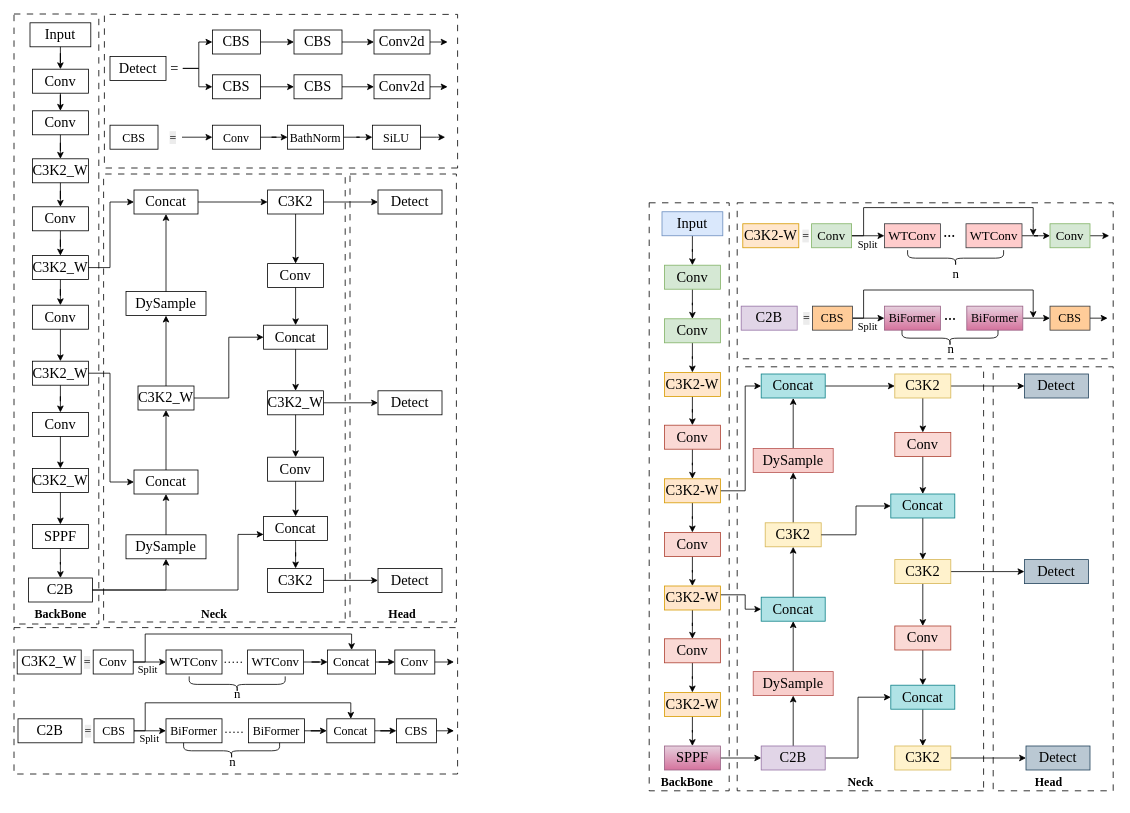
This is WBDF-YOLO.drawio from HTMLCSS-XD/draw.io, a draw.io file, before an edit. Source tidied: cells renumbered, new cells numbered last; positions are measured from the earlier drawing's top-left corner, leaving out a move shared by most shapes. Both pictures are drawn from the tidied source at 80%, with x=0, y=0 at pixel (14, 14).
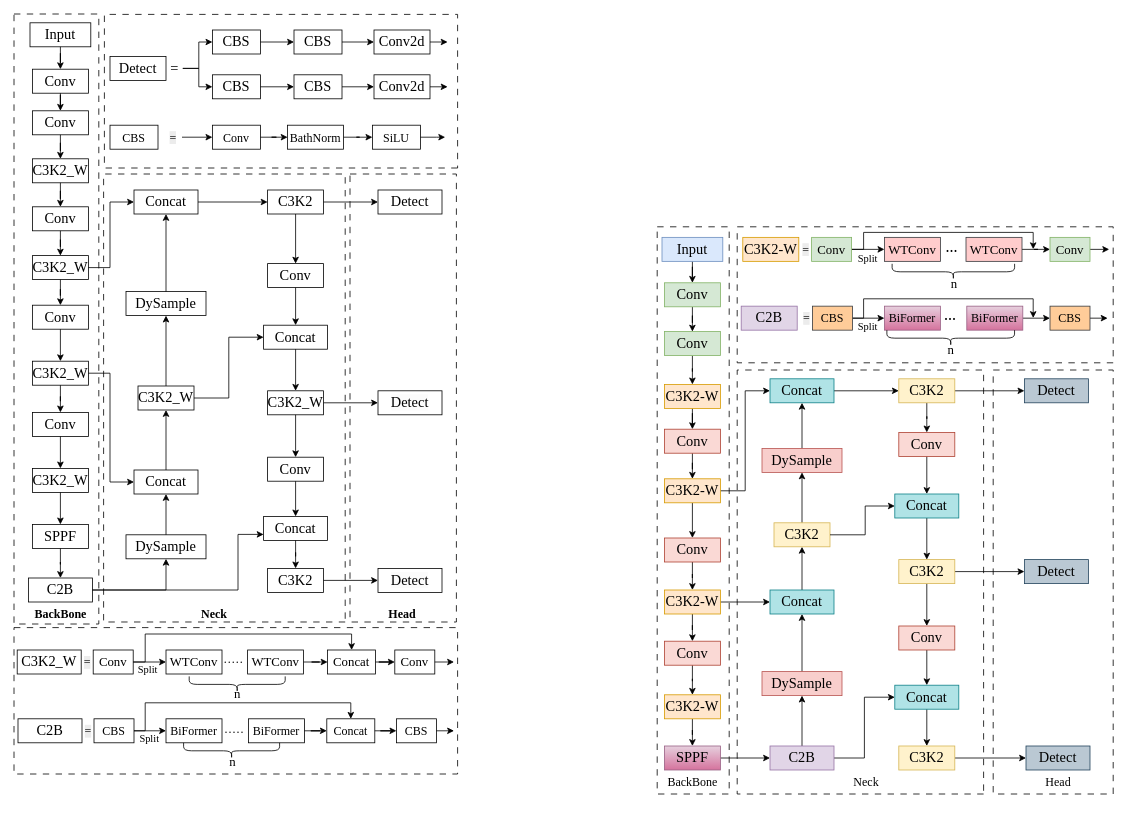
The same page after the edit.

Unchanged cells that the change refers to:
```xml
<mxCell id="144" value="C3K2-W" style="rounded=0;whiteSpace=wrap;html=1;labelBackgroundColor=none;strokeColor=#d79b00;fillColor=#ffe6cc;align=center;fontStyle=0;fontSize=18;direction=east;fontFamily=Times New Roman;" parent="1" vertex="1">
  <mxGeometry x="813" y="581" width="70" height="30" as="geometry" />
</mxCell>
<mxCell id="192" value="CBS" style="rounded=0;whiteSpace=wrap;html=1;fillColor=#ffcc99;fontSize=15;fontFamily=Times New Roman;rotation=0;fontStyle=0;strokeColor=#36393d;" parent="1" vertex="1">
  <mxGeometry x="998" y="365.2" width="50" height="30" as="geometry" />
</mxCell>
```

What changed in the source:
```diff
@@
     <mxCell id="127" value="Input" style="rounded=0;whiteSpace=wrap;html=1;labelBackgroundColor=none;strokeColor=#6c8ebf;fillColor=#dae8fc;align=center;fontStyle=0;fontSize=18;direction=east;fontFamily=Times New Roman;" parent="1" vertex="1">
-      <mxGeometry x="810" y="247.2" width="76" height="30" as="geometry" />
+      <mxGeometry x="810" y="279.2" width="76" height="30" as="geometry" />
     </mxCell>
     <mxCell id="128" style="group;strokeColor=default;dashed=1;dashPattern=8 8;fontSize=18;direction=east;fontStyle=0;fontFamily=Times New Roman;" parent="1" vertex="1">
-      <mxGeometry x="794" y="236" width="100" height="735" as="geometry" />
+      <mxGeometry x="804" y="266" width="90" height="709" as="geometry" />
     </mxCell>
     <mxCell id="129" style="group;strokeColor=default;dashed=1;dashPattern=8 8;fontSize=18;direction=east;rotation=-180;fontStyle=0;fontFamily=Times New Roman;" parent="1" vertex="1">
-      <mxGeometry x="904" y="441" width="308" height="530" as="geometry" />
+      <mxGeometry x="904" y="445" width="308" height="530" as="geometry" />
     </mxCell>
     <mxCell id="130" style="group;dashed=1;dashPattern=8 8;strokeColor=default;spacingTop=0;spacingLeft=0;fontSize=18;direction=east;fontStyle=0;fontFamily=Times New Roman;" parent="1" vertex="1">
-      <mxGeometry x="1224" y="441" width="150" height="530" as="geometry" />
+      <mxGeometry x="1224" y="445" width="150" height="530" as="geometry" />
     </mxCell>
-    <mxCell id="131" value="Neck" style="text;html=1;align=center;verticalAlign=middle;strokeColor=none;fillColor=none;labelBackgroundColor=none;fontStyle=1;fontSize=15;fontFamily=Times New Roman;" parent="1" vertex="1">
-      <mxGeometry x="1028" y="945" width="60" height="30" as="geometry" />
+    <mxCell id="131" value="Neck" style="text;html=1;align=center;verticalAlign=middle;strokeColor=none;fillColor=none;labelBackgroundColor=none;fontStyle=0;fontSize=15;fontFamily=Times New Roman;" parent="1" vertex="1">
+      <mxGeometry x="1035" y="945" width="60" height="30" as="geometry" />
     </mxCell>
-    <mxCell id="132" value="Head" style="text;html=1;align=center;verticalAlign=middle;strokeColor=none;fillColor=none;labelBackgroundColor=none;fontStyle=1;fontSize=15;fontFamily=Times New Roman;" parent="1" vertex="1">
-      <mxGeometry x="1263" y="945" width="60" height="30" as="geometry" />
+    <mxCell id="132" value="Head" style="text;html=1;align=center;verticalAlign=middle;strokeColor=none;fillColor=none;labelBackgroundColor=none;fontStyle=0;fontSize=15;fontFamily=Times New Roman;" parent="1" vertex="1">
+      <mxGeometry x="1275" y="945" width="60" height="30" as="geometry" />
     </mxCell>
-    <mxCell id="133" value="BackBone" style="text;html=1;align=center;verticalAlign=middle;strokeColor=none;fillColor=none;labelBackgroundColor=none;fontStyle=1;fontSize=15;fontFamily=Times New Roman;" parent="1" vertex="1">
-      <mxGeometry x="796" y="945" width="90" height="30" as="geometry" />
+    <mxCell id="133" value="BackBone" style="text;html=1;align=center;verticalAlign=middle;strokeColor=none;fillColor=none;labelBackgroundColor=none;fontStyle=0;fontSize=15;fontFamily=Times New Roman;" parent="1" vertex="1">
+      <mxGeometry x="803" y="945" width="90" height="30" as="geometry" />
     </mxCell>
@@
     <mxCell id="135" value="Conv" style="rounded=0;whiteSpace=wrap;html=1;labelBackgroundColor=none;strokeColor=#82b366;fillColor=#d5e8d4;align=center;fontStyle=0;fontSize=18;direction=east;fontFamily=Times New Roman;" parent="1" vertex="1">
-      <mxGeometry x="813" y="314" width="70" height="30" as="geometry" />
+      <mxGeometry x="813" y="336" width="70" height="30" as="geometry" />
     </mxCell>
@@
     <mxCell id="137" value="Conv" style="rounded=0;whiteSpace=wrap;html=1;labelBackgroundColor=none;strokeColor=#82b366;fillColor=#d5e8d4;align=center;fontStyle=0;fontSize=18;direction=east;fontFamily=Times New Roman;" parent="1" vertex="1">
-      <mxGeometry x="813" y="381" width="70" height="30" as="geometry" />
+      <mxGeometry x="813" y="397" width="70" height="30" as="geometry" />
     </mxCell>
@@
     <mxCell id="139" value="C3K2-W" style="rounded=0;whiteSpace=wrap;html=1;labelBackgroundColor=none;strokeColor=#d79b00;fillColor=#ffe6cc;align=center;fontStyle=0;fontSize=18;direction=east;fontFamily=Times New Roman;" parent="1" vertex="1">
-      <mxGeometry x="813" y="448" width="70" height="30" as="geometry" />
+      <mxGeometry x="813" y="463" width="70" height="30" as="geometry" />
     </mxCell>
@@
     <mxCell id="141" value="Conv" style="rounded=0;whiteSpace=wrap;html=1;labelBackgroundColor=none;strokeColor=#ae4132;fillColor=#fad9d5;align=center;fontStyle=0;fontSize=18;direction=east;fontFamily=Times New Roman;" parent="1" vertex="1">
-      <mxGeometry x="813" y="514" width="70" height="30" as="geometry" />
+      <mxGeometry x="813" y="519" width="70" height="30" as="geometry" />
     </mxCell>
@@
     <mxCell id="143" style="edgeStyle=orthogonalEdgeStyle;rounded=0;jettySize=auto;html=1;entryX=0;entryY=0.5;entryDx=0;entryDy=0;fontStyle=0;fontFamily=Times New Roman;" parent="1" edge="1" source="144" target="169">
       <mxGeometry relative="1" as="geometry">
         <Array as="points">
           <mxPoint x="914" y="596" />
-          <mxPoint x="914" y="465" />
+          <mxPoint x="914" y="471" />
         </Array>
       </mxGeometry>
     </mxCell>
@@
     <mxCell id="146" value="Conv" style="rounded=0;whiteSpace=wrap;html=1;labelBackgroundColor=none;strokeColor=#ae4132;fillColor=#fad9d5;align=center;fontStyle=0;fontSize=18;direction=east;fontFamily=Times New Roman;" parent="1" vertex="1">
-      <mxGeometry x="813" y="648" width="70" height="30" as="geometry" />
+      <mxGeometry x="813" y="655" width="70" height="30" as="geometry" />
     </mxCell>
@@
-    <mxCell id="148" style="edgeStyle=orthogonalEdgeStyle;rounded=0;jettySize=auto;html=1;entryX=0;entryY=0.5;entryDx=0;entryDy=0;fontFamily=Times New Roman;" parent="1" edge="1" source="149" target="162">
-      <mxGeometry relative="1" as="geometry">
-        <Array as="points">
-          <mxPoint x="914" y="726" />
-          <mxPoint x="914" y="744" />
-        </Array>
-      </mxGeometry>
+    <mxCell id="148" style="edgeStyle=orthogonalEdgeStyle;rounded=0;jettySize=auto;html=1;" parent="1" edge="1" source="149" target="162">
+      <mxGeometry relative="1" as="geometry" />
     </mxCell>
     <mxCell id="149" value="C3K2-W" style="rounded=0;whiteSpace=wrap;html=1;labelBackgroundColor=none;strokeColor=#d79b00;fillColor=#ffe6cc;align=center;fontStyle=0;fontSize=18;direction=east;fontFamily=Times New Roman;" parent="1" vertex="1">
-      <mxGeometry x="813" y="715" width="70" height="30" as="geometry" />
+      <mxGeometry x="813" y="720" width="70" height="30" as="geometry" />
     </mxCell>
@@
     <mxCell id="151" value="Conv" style="rounded=0;whiteSpace=wrap;html=1;labelBackgroundColor=none;strokeColor=#ae4132;fillColor=#fad9d5;align=center;fontStyle=0;fontSize=18;direction=east;fontFamily=Times New Roman;" parent="1" vertex="1">
-      <mxGeometry x="813" y="781" width="70" height="30" as="geometry" />
+      <mxGeometry x="813" y="784" width="70" height="30" as="geometry" />
     </mxCell>
@@
     <mxCell id="153" value="C3K2-W" style="rounded=0;whiteSpace=wrap;html=1;labelBackgroundColor=none;strokeColor=#d79b00;fillColor=#ffe6cc;align=center;fontStyle=0;fontSize=18;direction=east;fontFamily=Times New Roman;" parent="1" vertex="1">
-      <mxGeometry x="813" y="848" width="70" height="30" as="geometry" />
+      <mxGeometry x="813" y="851" width="70" height="30" as="geometry" />
     </mxCell>
@@
     <mxCell id="158" value="C2B" style="rounded=0;whiteSpace=wrap;html=1;labelBackgroundColor=none;strokeColor=#9673a6;fillColor=#e1d5e7;align=center;fontStyle=0;fontSize=18;direction=east;fontFamily=Times New Roman;" parent="1" vertex="1">
-      <mxGeometry x="934" y="915" width="80" height="30" as="geometry" />
+      <mxGeometry x="945" y="915" width="80" height="30" as="geometry" />
     </mxCell>
@@
     <mxCell id="160" value="DySample" style="rounded=0;whiteSpace=wrap;html=1;labelBackgroundColor=none;strokeColor=#b85450;fillColor=#f8cecc;align=center;fontStyle=0;fontSize=18;direction=east;fontFamily=Times New Roman;" parent="1" vertex="1">
-      <mxGeometry x="924" y="822" width="100" height="30" as="geometry" />
+      <mxGeometry x="935" y="822" width="100" height="30" as="geometry" />
     </mxCell>
@@
     <mxCell id="162" value="Concat" style="rounded=0;whiteSpace=wrap;html=1;labelBackgroundColor=none;strokeColor=#0e8088;fillColor=#b0e3e6;align=center;fontStyle=0;fontSize=18;direction=east;fontFamily=Times New Roman;" parent="1" vertex="1">
-      <mxGeometry x="934" y="729" width="80" height="30" as="geometry" />
+      <mxGeometry x="945" y="720" width="80" height="30" as="geometry" />
     </mxCell>
@@
     <mxCell id="164" value="C3K2" style="rounded=0;whiteSpace=wrap;html=1;labelBackgroundColor=none;strokeColor=#d6b656;fillColor=#fff2cc;align=center;fontStyle=0;fontSize=18;direction=east;fontFamily=Times New Roman;" parent="1" vertex="1">
-      <mxGeometry x="939" y="636" width="70" height="30" as="geometry" />
+      <mxGeometry x="950" y="636" width="70" height="30" as="geometry" />
     </mxCell>
@@
     <mxCell id="166" style="edgeStyle=orthogonalEdgeStyle;rounded=0;jettySize=auto;html=1;entryX=0;entryY=0.5;entryDx=0;entryDy=0;exitX=1;exitY=0.5;exitDx=0;exitDy=0;fontSize=18;fontStyle=0;fontFamily=Times New Roman;" parent="1" edge="1" source="164" target="176">
-      <mxGeometry relative="1" as="geometry" />
+      <mxGeometry relative="1" as="geometry">
+        <Array as="points">
+          <mxPoint x="1064" y="651" />
+          <mxPoint x="1064" y="615" />
+        </Array>
+      </mxGeometry>
     </mxCell>
     <mxCell id="167" value="DySample" style="rounded=0;whiteSpace=wrap;html=1;labelBackgroundColor=none;strokeColor=#b85450;fillColor=#f8cecc;align=center;fontStyle=0;fontSize=18;direction=east;fontFamily=Times New Roman;" parent="1" vertex="1">
-      <mxGeometry x="924" y="543" width="100" height="30" as="geometry" />
+      <mxGeometry x="935" y="543" width="100" height="30" as="geometry" />
     </mxCell>
@@
     <mxCell id="169" value="Concat" style="rounded=0;whiteSpace=wrap;html=1;labelBackgroundColor=none;strokeColor=#0e8088;fillColor=#b0e3e6;align=center;fontStyle=0;fontSize=18;direction=east;fontFamily=Times New Roman;" parent="1" vertex="1">
-      <mxGeometry x="934" y="450" width="80" height="30" as="geometry" />
+      <mxGeometry x="945" y="456" width="80" height="30" as="geometry" />
     </mxCell>
@@
     <mxCell id="172" value="C3K2" style="rounded=0;whiteSpace=wrap;html=1;labelBackgroundColor=none;strokeColor=#d6b656;fillColor=#fff2cc;align=center;fontStyle=0;fontSize=18;direction=east;fontFamily=Times New Roman;" parent="1" vertex="1">
-      <mxGeometry x="1101" y="450" width="70" height="30" as="geometry" />
+      <mxGeometry x="1106" y="456" width="70" height="30" as="geometry" />
     </mxCell>
@@
     <mxCell id="174" value="Conv" style="rounded=0;whiteSpace=wrap;html=1;labelBackgroundColor=none;strokeColor=#ae4132;fillColor=#fad9d5;align=center;fontStyle=0;fontSize=18;direction=east;fontFamily=Times New Roman;" parent="1" vertex="1">
-      <mxGeometry x="1101" y="523" width="70" height="30" as="geometry" />
+      <mxGeometry x="1106" y="523" width="70" height="30" as="geometry" />
     </mxCell>
@@
     <mxCell id="176" value="Concat" style="rounded=0;whiteSpace=wrap;html=1;labelBackgroundColor=none;strokeColor=#0e8088;fillColor=#b0e3e6;align=center;fontStyle=0;fontSize=18;direction=east;fontFamily=Times New Roman;" parent="1" vertex="1">
-      <mxGeometry x="1096" y="600" width="80" height="30" as="geometry" />
+      <mxGeometry x="1101" y="600" width="80" height="30" as="geometry" />
     </mxCell>
@@
     <mxCell id="179" value="C3K2" style="rounded=0;whiteSpace=wrap;html=1;labelBackgroundColor=none;strokeColor=#d6b656;fillColor=#fff2cc;align=center;fontStyle=0;fontSize=18;direction=east;fontFamily=Times New Roman;" parent="1" vertex="1">
-      <mxGeometry x="1101" y="682" width="70" height="30" as="geometry" />
+      <mxGeometry x="1106" y="682" width="70" height="30" as="geometry" />
     </mxCell>
@@
     <mxCell id="181" value="Conv" style="rounded=0;whiteSpace=wrap;html=1;labelBackgroundColor=none;strokeColor=#ae4132;fillColor=#fad9d5;align=center;fontStyle=0;fontSize=18;direction=east;fontFamily=Times New Roman;" parent="1" vertex="1">
-      <mxGeometry x="1101" y="765" width="70" height="30" as="geometry" />
+      <mxGeometry x="1106" y="765" width="70" height="30" as="geometry" />
     </mxCell>
@@
     <mxCell id="183" value="Concat" style="rounded=0;whiteSpace=wrap;html=1;labelBackgroundColor=none;strokeColor=#0e8088;fillColor=#b0e3e6;align=center;fontStyle=0;fontSize=18;direction=east;fontFamily=Times New Roman;" parent="1" vertex="1">
-      <mxGeometry x="1096" y="839" width="80" height="30" as="geometry" />
+      <mxGeometry x="1101" y="839" width="80" height="30" as="geometry" />
     </mxCell>
@@
     <mxCell id="185" value="C3K2" style="rounded=0;whiteSpace=wrap;html=1;labelBackgroundColor=none;strokeColor=#d6b656;fillColor=#fff2cc;align=center;fontStyle=0;fontSize=18;direction=east;fontFamily=Times New Roman;" parent="1" vertex="1">
-      <mxGeometry x="1101" y="915" width="70" height="30" as="geometry" />
+      <mxGeometry x="1106" y="915" width="70" height="30" as="geometry" />
     </mxCell>
     <mxCell id="186" value="Detect" style="rounded=0;whiteSpace=wrap;html=1;labelBackgroundColor=none;strokeColor=#23445d;fillColor=#bac8d3;align=center;fontStyle=0;fontSize=18;direction=east;fontFamily=Times New Roman;" parent="1" vertex="1">
-      <mxGeometry x="1263" y="450" width="80" height="30" as="geometry" />
+      <mxGeometry x="1263" y="456" width="80" height="30" as="geometry" />
     </mxCell>
     <mxCell id="187" style="group;strokeColor=default;dashed=1;dashPattern=8 8;fontSize=18;direction=east;rotation=0;fontStyle=0;fontFamily=Times New Roman;" parent="1" vertex="1">
-      <mxGeometry x="904" y="236" width="470" height="195" as="geometry" />
+      <mxGeometry x="904" y="266" width="470" height="170" as="geometry" />
     </mxCell>
     <mxCell id="188" value="n" style="text;html=1;align=center;verticalAlign=middle;strokeColor=none;fillColor=none;fontSize=16;rotation=0;fontStyle=0;fontFamily=Times New Roman;" parent="1" vertex="1">
-      <mxGeometry x="1162" y="309.2" width="30" height="30" as="geometry" />
+      <mxGeometry x="1160" y="322.2" width="30" height="30" as="geometry" />
     </mxCell>
@@
     <mxCell id="191" style="edgeStyle=orthogonalEdgeStyle;rounded=0;jettySize=auto;html=1;fontStyle=0;fontFamily=Times New Roman;" parent="1" edge="1" source="192">
       <mxGeometry relative="1" as="geometry">
         <mxPoint x="1274" y="380" as="targetPoint" />
         <Array as="points">
           <mxPoint x="1062" y="380" />
-          <mxPoint x="1062" y="345" />
-          <mxPoint x="1274" y="345" />
-          <mxPoint x="1274" y="365" />
+          <mxPoint x="1062" y="356" />
+          <mxPoint x="1274" y="356" />
         </Array>
       </mxGeometry>
     </mxCell>
@@
     <mxCell id="199" style="shape=curlyBracket;whiteSpace=wrap;html=1;rounded=1;labelPosition=left;verticalLabelPosition=middle;align=right;verticalAlign=middle;rotation=-90;fontSize=16;fontStyle=0;fontFamily=Times New Roman;" parent="1" vertex="1">
-      <mxGeometry x="1160" y="345.2" width="20" height="120" as="geometry" />
+      <mxGeometry x="1160.9" y="325.4" width="20" height="159.6" as="geometry" />
     </mxCell>
     <mxCell id="200" value="n" style="text;html=1;align=center;verticalAlign=middle;strokeColor=none;fillColor=none;fontSize=16;rotation=0;fontStyle=0;fontFamily=Times New Roman;" parent="1" vertex="1">
-      <mxGeometry x="1156" y="403.2" width="30" height="30" as="geometry" />
+      <mxGeometry x="1155.9" y="404" width="30" height="30" as="geometry" />
     </mxCell>
@@
     <mxCell id="204" style="edgeStyle=orthogonalEdgeStyle;rounded=0;jettySize=auto;html=1;fontStyle=0;fontFamily=Times New Roman;" parent="1" edge="1" source="205">
       <mxGeometry relative="1" as="geometry">
-        <mxPoint x="1274" y="277" as="targetPoint" />
+        <mxPoint x="1274" y="294" as="targetPoint" />
         <Array as="points">
-          <mxPoint x="1062" y="277" />
-          <mxPoint x="1062" y="242" />
-          <mxPoint x="1274" y="242" />
-          <mxPoint x="1274" y="262" />
+          <mxPoint x="1062" y="294" />
+          <mxPoint x="1062" y="273" />
+          <mxPoint x="1274" y="273" />
         </Array>
       </mxGeometry>
     </mxCell>
     <mxCell id="205" value="Conv" style="rounded=0;whiteSpace=wrap;html=1;labelBackgroundColor=none;strokeColor=#82b366;fillColor=#d5e8d4;align=center;fontStyle=0;fontSize=16;direction=east;rotation=0;fontFamily=Times New Roman;" parent="1" vertex="1">
-      <mxGeometry x="997" y="262.2" width="50" height="30" as="geometry" />
+      <mxGeometry x="997" y="279.2" width="50" height="30" as="geometry" />
     </mxCell>
     <mxCell id="206" value="WTConv" style="rounded=0;whiteSpace=wrap;html=1;labelBackgroundColor=none;strokeColor=#36393d;fillColor=#ffcccc;align=center;fontStyle=0;fontSize=16;direction=east;rotation=0;fontFamily=Times New Roman;" parent="1" vertex="1">
-      <mxGeometry x="1088" y="262.2" width="70" height="30" as="geometry" />
+      <mxGeometry x="1088" y="279.2" width="70" height="30" as="geometry" />
     </mxCell>
     <mxCell id="207" style="edgeStyle=orthogonalEdgeStyle;rounded=0;jettySize=auto;html=1;fontStyle=0;fontFamily=Times New Roman;" parent="1" edge="1" source="208">
       <mxGeometry relative="1" as="geometry">
-        <mxPoint x="1369" y="277.2" as="targetPoint" />
+        <mxPoint x="1369" y="294.2" as="targetPoint" />
       </mxGeometry>
     </mxCell>
     <mxCell id="208" value="Conv" style="rounded=0;whiteSpace=wrap;html=1;labelBackgroundColor=none;strokeColor=#82b366;fillColor=#d5e8d4;align=center;fontStyle=0;fontSize=16;direction=east;rotation=0;fontFamily=Times New Roman;" parent="1" vertex="1">
-      <mxGeometry x="1295" y="262.2" width="50" height="30" as="geometry" />
+      <mxGeometry x="1295" y="279.2" width="50" height="30" as="geometry" />
     </mxCell>
@@
     <mxCell id="210" value="WTConv" style="rounded=0;whiteSpace=wrap;html=1;labelBackgroundColor=none;strokeColor=#36393d;fillColor=#ffcccc;align=center;fontStyle=0;fontSize=16;direction=east;rotation=0;fontFamily=Times New Roman;" parent="1" vertex="1">
-      <mxGeometry x="1190" y="262.2" width="70" height="30" as="geometry" />
+      <mxGeometry x="1190" y="279.2" width="70" height="30" as="geometry" />
     </mxCell>
     <mxCell id="211" style="shape=curlyBracket;whiteSpace=wrap;html=1;rounded=1;labelPosition=left;verticalLabelPosition=middle;align=right;verticalAlign=middle;rotation=-90;fontSize=16;size=0.5;fontStyle=0;fontFamily=Times New Roman;" parent="1" vertex="1">
-      <mxGeometry x="1167" y="245.2" width="20" height="120" as="geometry" />
+      <mxGeometry x="1164.2" y="245.7" width="20" height="153.1" as="geometry" />
     </mxCell>
     <mxCell id="212" value="···" style="text;html=1;align=center;verticalAlign=middle;strokeColor=none;fillColor=none;fontSize=15;fontStyle=1;rotation=0;fontFamily=Times New Roman;" parent="1" vertex="1">
-      <mxGeometry x="1149" y="262.2" width="40" height="30" as="geometry" />
+      <mxGeometry x="1152" y="281.2" width="40" height="30" as="geometry" />
     </mxCell>
     <mxCell id="213" value="C3K2-W" style="rounded=0;whiteSpace=wrap;html=1;labelBackgroundColor=none;strokeColor=#d79b00;fillColor=#ffe6cc;align=center;fontStyle=0;fontSize=18;direction=east;rotation=0;fontFamily=Times New Roman;" parent="1" vertex="1">
-      <mxGeometry x="911" y="262.2" width="70" height="30" as="geometry" />
+      <mxGeometry x="911" y="279.2" width="70" height="30" as="geometry" />
     </mxCell>
     <mxCell id="214" value="&lt;span style=&quot;color: rgb(0, 0, 0); font-style: normal; font-variant-ligatures: normal; font-variant-caps: normal; letter-spacing: normal; orphans: 2; text-indent: 0px; text-transform: none; widows: 2; word-spacing: 0px; -webkit-text-stroke-width: 0px; white-space: normal; background-color: rgb(236, 236, 236); text-decoration-thickness: initial; text-decoration-style: initial; text-decoration-color: initial; float: none; display: inline !important;&quot;&gt;&lt;font&gt;=&lt;/font&gt;&lt;/span&gt;" style="text;whiteSpace=wrap;html=1;align=center;fontSize=15;rotation=0;fontStyle=0;fontFamily=Times New Roman;" parent="1" vertex="1">
-      <mxGeometry x="980" y="262.2" width="20" height="20" as="geometry" />
+      <mxGeometry x="980" y="279.2" width="20" height="20" as="geometry" />
     </mxCell>
     <mxCell id="215" value="Split" style="edgeLabel;html=1;align=center;verticalAlign=middle;labelBackgroundColor=none;fontSize=13;fontStyle=0;fontFamily=Times New Roman;" parent="1" vertex="1">
-      <mxGeometry x="1066" y="287.2" as="geometry" />
+      <mxGeometry x="1066" y="304.2" as="geometry" />
     </mxCell>
```
